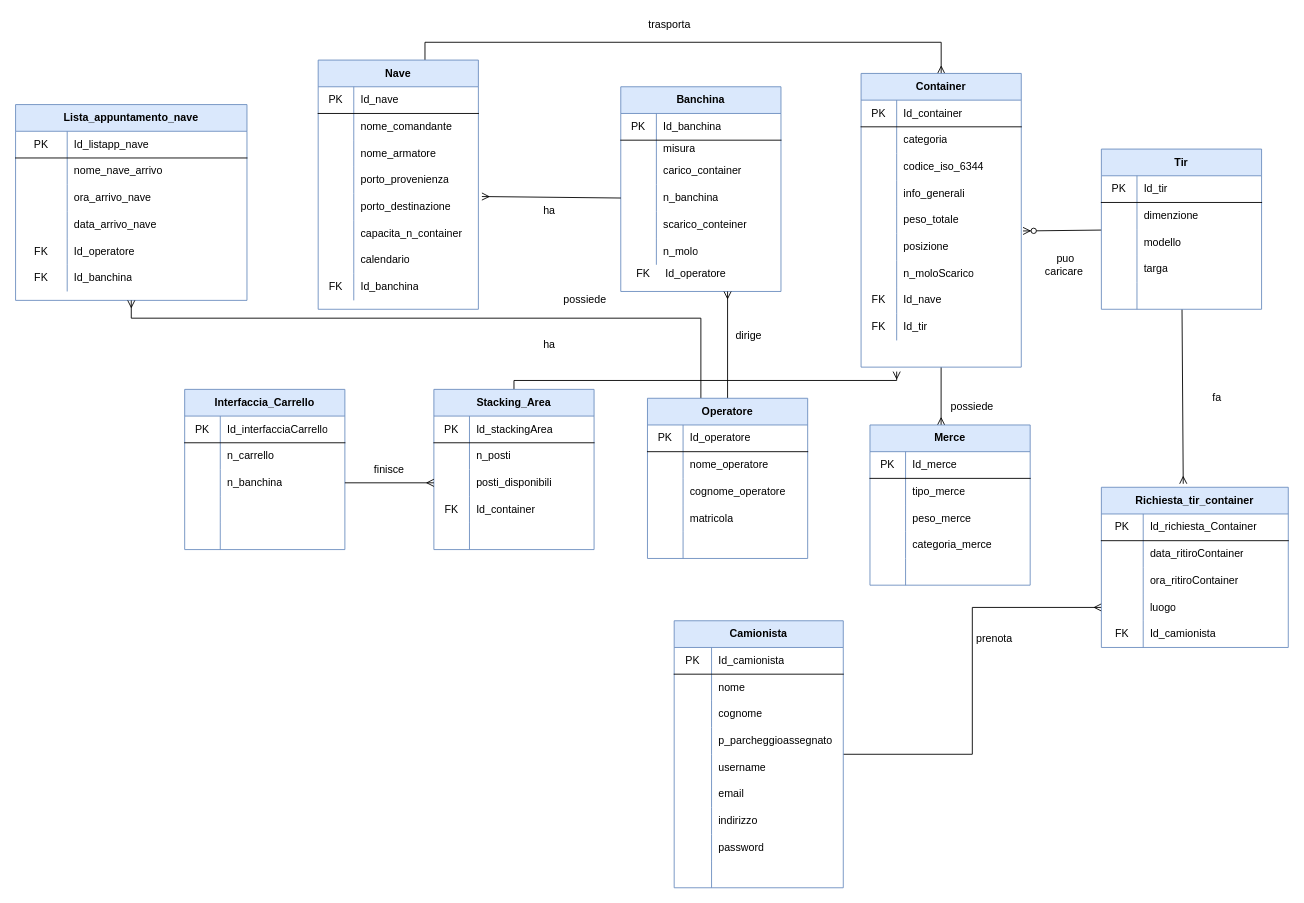
Earlier version of the draw.io diagram databases_finito.drawio (giuliacangani02/EsameGiulia2021). Source tidied: cells renumbered, new cells numbered last; positions are measured from the earlier drawing's top-left corner, leaving out a move shared by most shapes. Both pictures are drawn from the tidied source at 89%, with x=0, y=0 at pixel (15, 15).
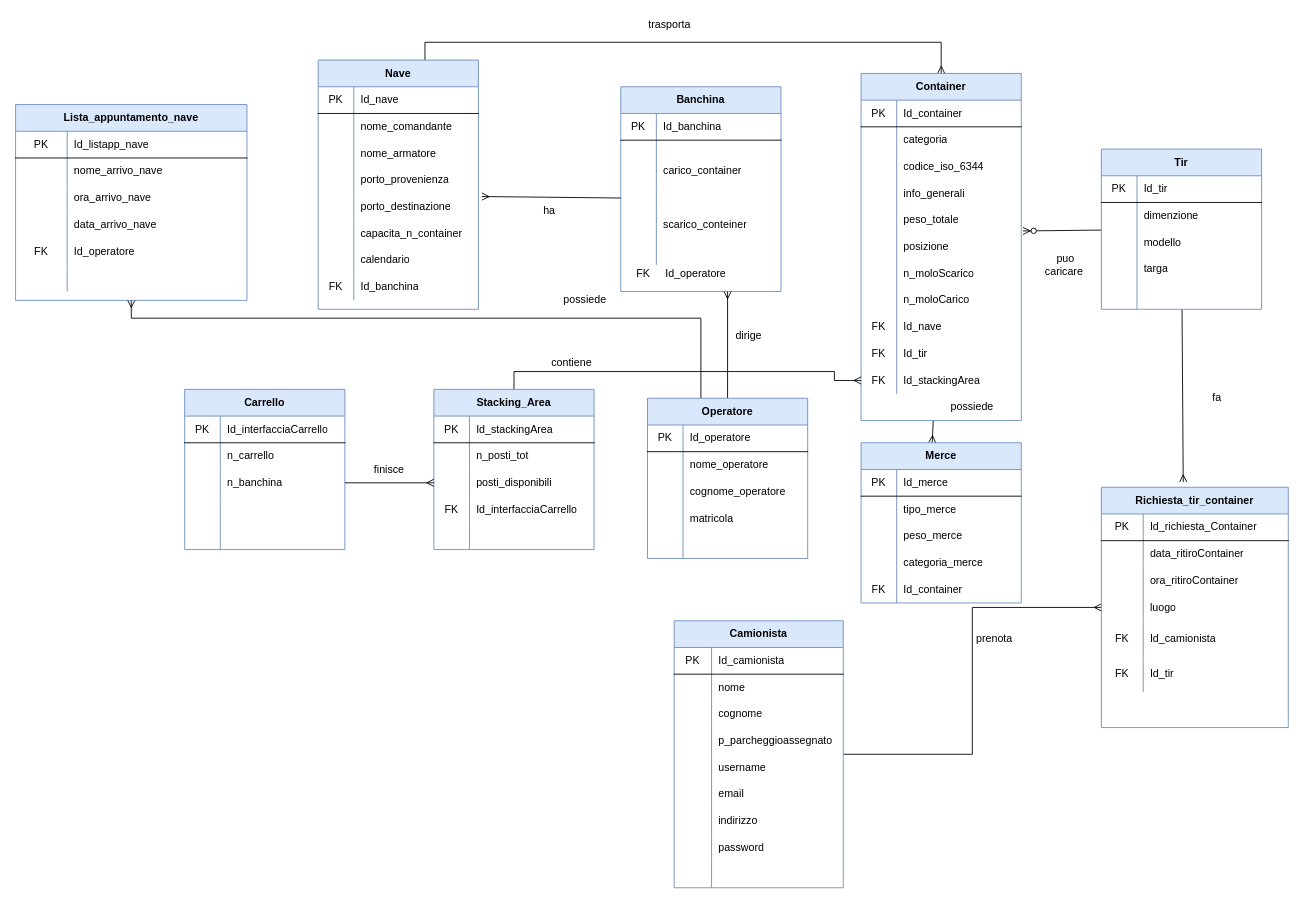
Above is the later version.

The change refers to these unchanged cells:
```xml
<mxCell id="32" style="shape=partialRectangle;html=1;whiteSpace=wrap;fillColor=none;top=0;left=0;bottom=0;right=0;" parent="28" vertex="1">
  <mxGeometry y="60" width="180" height="20" as="geometry" />
</mxCell>
<mxCell id="38" style="shape=partialRectangle;html=1;whiteSpace=wrap;fillColor=none;top=0;left=0;bottom=0;right=0;points=[[0,0.5],[1,0.5]];portConstraint=eastwest;" parent="28" vertex="1">
  <mxGeometry y="110" width="180" height="30" as="geometry" />
</mxCell>
<mxCell id="44" style="shape=partialRectangle;html=1;whiteSpace=wrap;fillColor=none;top=0;left=0;bottom=0;right=0;" parent="28" vertex="1">
  <mxGeometry y="170" width="180" height="30" as="geometry" />
</mxCell>
<mxCell id="89" style="shape=partialRectangle;html=1;whiteSpace=wrap;fillColor=none;top=0;left=0;bottom=0;right=0;" parent="76" vertex="1">
  <mxGeometry y="150" width="180" height="30" as="geometry" />
</mxCell>
<mxCell id="111" value="Stacking_Area" style="shape=table;html=1;whiteSpace=wrap;startSize=30;childLayout=tableLayout;rowLines=0;fontStyle=1;align=center;fillColor=#dae8fc;strokeColor=#6c8ebf;" parent="1" vertex="1">
  <mxGeometry x="470" y="420" width="180" height="180" as="geometry" />
</mxCell>
<mxCell id="115" style="shape=partialRectangle;html=1;whiteSpace=wrap;fillColor=none;top=0;left=0;bottom=0;right=0;" parent="111" vertex="1">
  <mxGeometry y="60" width="180" height="30" as="geometry" />
</mxCell>
<mxCell id="121" style="shape=partialRectangle;html=1;whiteSpace=wrap;fillColor=none;top=0;left=0;bottom=0;right=0;" parent="111" vertex="1">
  <mxGeometry y="120" width="180" height="30" as="geometry" />
</mxCell>
<mxCell id="180" style="shape=partialRectangle;html=1;whiteSpace=wrap;fillColor=none;top=0;left=0;bottom=0;right=0;" parent="176" vertex="1">
  <mxGeometry y="60" width="260" height="30" as="geometry" />
</mxCell>
<mxCell id="192" style="shape=partialRectangle;html=1;whiteSpace=wrap;fillColor=none;top=0;left=0;bottom=0;right=0;" parent="176" vertex="1">
  <mxGeometry y="180" width="260" height="30" as="geometry" />
</mxCell>
```

Change to the diagram source:
```diff
@@
-    <mxCell id="34" value="misura" style="shape=partialRectangle;html=1;whiteSpace=wrap;fillColor=none;top=0;left=0;bottom=0;right=0;align=left;spacingLeft=6;overflow=hidden;" parent="32" vertex="1">
+    <mxCell id="34" style="shape=partialRectangle;html=1;whiteSpace=wrap;fillColor=none;top=0;left=0;bottom=0;right=0;align=left;spacingLeft=6;overflow=hidden;" parent="32" vertex="1">
       <mxGeometry x="40" width="140" height="20" as="geometry" />
     </mxCell>
@@
-    <mxCell id="40" value="n_banchina" style="shape=partialRectangle;html=1;whiteSpace=wrap;fillColor=none;top=0;left=0;bottom=0;right=0;align=left;spacingLeft=6;overflow=hidden;" parent="38" vertex="1">
+    <mxCell id="40" style="shape=partialRectangle;html=1;whiteSpace=wrap;fillColor=none;top=0;left=0;bottom=0;right=0;align=left;spacingLeft=6;overflow=hidden;" parent="38" vertex="1">
       <mxGeometry x="40" width="140" height="30" as="geometry" />
     </mxCell>
@@
-    <mxCell id="46" value="n_molo" style="shape=partialRectangle;html=1;whiteSpace=wrap;fillColor=none;top=0;left=0;bottom=0;right=0;align=left;spacingLeft=6;overflow=hidden;" parent="44" vertex="1">
+    <mxCell id="46" style="shape=partialRectangle;html=1;whiteSpace=wrap;fillColor=none;top=0;left=0;bottom=0;right=0;align=left;spacingLeft=6;overflow=hidden;" parent="44" vertex="1">
       <mxGeometry x="40" width="140" height="30" as="geometry" />
     </mxCell>
@@
     <mxCell id="48" value="Container" style="shape=table;html=1;whiteSpace=wrap;startSize=30;childLayout=tableLayout;rowLines=0;fontStyle=1;align=center;fillColor=#dae8fc;strokeColor=#6c8ebf;" parent="1" vertex="1">
-      <mxGeometry x="950" y="65" width="180" height="330" as="geometry" />
+      <mxGeometry x="950" y="65" width="180" height="390" as="geometry" />
     </mxCell>
@@
+    <mxCell id="239" style="shape=partialRectangle;html=1;whiteSpace=wrap;fillColor=none;top=0;left=0;bottom=0;right=0;" parent="48" vertex="1">
+      <mxGeometry y="240" width="180" height="30" as="geometry" />
+    </mxCell>
+    <mxCell id="240" style="shape=partialRectangle;html=1;whiteSpace=wrap;fillColor=none;top=0;left=0;bottom=0;right=0;overflow=hidden;" parent="239" vertex="1">
+      <mxGeometry width="40" height="30" as="geometry" />
+    </mxCell>
+    <mxCell id="241" value="n_moloCarico" style="shape=partialRectangle;html=1;whiteSpace=wrap;fillColor=none;top=0;left=0;bottom=0;right=0;align=left;spacingLeft=6;overflow=hidden;" parent="239" vertex="1">
+      <mxGeometry x="40" width="140" height="30" as="geometry" />
+    </mxCell>
     <mxCell id="70" style="shape=partialRectangle;html=1;whiteSpace=wrap;fillColor=none;top=0;left=0;bottom=0;right=0;" parent="48" vertex="1">
-      <mxGeometry y="240" width="180" height="30" as="geometry" />
+      <mxGeometry y="270" width="180" height="30" as="geometry" />
     </mxCell>
@@
     <mxCell id="73" style="shape=partialRectangle;html=1;whiteSpace=wrap;fillColor=none;top=0;left=0;bottom=0;right=0;" parent="48" vertex="1">
-      <mxGeometry y="270" width="180" height="30" as="geometry" />
+      <mxGeometry y="300" width="180" height="30" as="geometry" />
     </mxCell>
@@
+    <mxCell id="242" style="shape=partialRectangle;html=1;whiteSpace=wrap;fillColor=none;top=0;left=0;bottom=0;right=0;" parent="48" vertex="1">
+      <mxGeometry y="330" width="180" height="30" as="geometry" />
+    </mxCell>
+    <mxCell id="243" value="FK" style="shape=partialRectangle;html=1;whiteSpace=wrap;fillColor=none;top=0;left=0;bottom=0;right=0;overflow=hidden;" parent="242" vertex="1">
+      <mxGeometry width="40" height="30" as="geometry" />
+    </mxCell>
+    <mxCell id="244" value="Id_stackingArea" style="shape=partialRectangle;html=1;whiteSpace=wrap;fillColor=none;top=0;left=0;bottom=0;right=0;align=left;spacingLeft=6;overflow=hidden;" parent="242" vertex="1">
+      <mxGeometry x="40" width="140" height="30" as="geometry" />
+    </mxCell>
     <mxCell id="76" value="Merce" style="shape=table;html=1;whiteSpace=wrap;startSize=30;childLayout=tableLayout;rowLines=0;fontStyle=1;align=center;fillColor=#dae8fc;strokeColor=#6c8ebf;" parent="1" vertex="1">
-      <mxGeometry x="960" y="460" width="180" height="180" as="geometry" />
+      <mxGeometry x="950" y="480" width="180" height="180" as="geometry" />
     </mxCell>
@@
-    <mxCell id="90" style="shape=partialRectangle;html=1;whiteSpace=wrap;fillColor=none;top=0;left=0;bottom=0;right=0;overflow=hidden;" parent="89" vertex="1">
+    <mxCell id="90" value="FK" style="shape=partialRectangle;html=1;whiteSpace=wrap;fillColor=none;top=0;left=0;bottom=0;right=0;overflow=hidden;" parent="89" vertex="1">
       <mxGeometry width="40" height="30" as="geometry" />
     </mxCell>
-    <mxCell id="91" style="shape=partialRectangle;html=1;whiteSpace=wrap;fillColor=none;top=0;left=0;bottom=0;right=0;align=left;spacingLeft=6;overflow=hidden;" parent="89" vertex="1">
+    <mxCell id="91" value="Id_container" style="shape=partialRectangle;html=1;whiteSpace=wrap;fillColor=none;top=0;left=0;bottom=0;right=0;align=left;spacingLeft=6;overflow=hidden;" parent="89" vertex="1">
       <mxGeometry x="40" width="140" height="30" as="geometry" />
     </mxCell>
@@
     <mxCell id="110" style="edgeStyle=orthogonalEdgeStyle;rounded=0;jettySize=auto;html=1;startArrow=none;startFill=0;endArrow=ERmany;endFill=0;" parent="1" edge="1" source="111">
       <mxGeometry relative="1" as="geometry">
-        <mxPoint x="990" y="400" as="targetPoint" />
+        <mxPoint x="950" y="410" as="targetPoint" />
         <Array as="points">
-          <mxPoint x="560" y="410" />
-          <mxPoint x="990" y="410" />
+          <mxPoint x="560" y="400" />
+          <mxPoint x="920" y="400" />
+          <mxPoint x="920" y="410" />
         </Array>
       </mxGeometry>
     </mxCell>
@@
-    <mxCell id="117" value="n_posti" style="shape=partialRectangle;html=1;whiteSpace=wrap;fillColor=none;top=0;left=0;bottom=0;right=0;align=left;spacingLeft=6;overflow=hidden;" parent="115" vertex="1">
+    <mxCell id="117" value="n_posti_tot" style="shape=partialRectangle;html=1;whiteSpace=wrap;fillColor=none;top=0;left=0;bottom=0;right=0;align=left;spacingLeft=6;overflow=hidden;" parent="115" vertex="1">
       <mxGeometry x="40" width="140" height="30" as="geometry" />
     </mxCell>
@@
-    <mxCell id="123" value="Id_container" style="shape=partialRectangle;html=1;whiteSpace=wrap;fillColor=none;top=0;left=0;bottom=0;right=0;align=left;spacingLeft=6;overflow=hidden;" parent="121" vertex="1">
+    <mxCell id="123" value="Id_interfacciaCarrello" style="shape=partialRectangle;html=1;whiteSpace=wrap;fillColor=none;top=0;left=0;bottom=0;right=0;align=left;spacingLeft=6;overflow=hidden;" parent="121" vertex="1">
       <mxGeometry x="40" width="140" height="30" as="geometry" />
     </mxCell>
@@
-    <mxCell id="127" value="Interfaccia_Carrello" style="shape=table;html=1;whiteSpace=wrap;startSize=30;childLayout=tableLayout;rowLines=0;fontStyle=1;align=center;fillColor=#dae8fc;strokeColor=#6c8ebf;" parent="1" vertex="1">
+    <mxCell id="127" value="Carrello" style="shape=table;html=1;whiteSpace=wrap;startSize=30;childLayout=tableLayout;rowLines=0;fontStyle=1;align=center;fillColor=#dae8fc;strokeColor=#6c8ebf;" parent="1" vertex="1">
       <mxGeometry x="190" y="420" width="180" height="180" as="geometry" />
     </mxCell>
@@
-    <mxCell id="182" value="nome_nave_arrivo" style="shape=partialRectangle;html=1;whiteSpace=wrap;fillColor=none;top=0;left=0;bottom=0;right=0;align=left;spacingLeft=6;overflow=hidden;" parent="180" vertex="1">
+    <mxCell id="182" value="nome_arrivo_nave" style="shape=partialRectangle;html=1;whiteSpace=wrap;fillColor=none;top=0;left=0;bottom=0;right=0;align=left;spacingLeft=6;overflow=hidden;" parent="180" vertex="1">
       <mxGeometry x="58" width="202" height="30" as="geometry" />
     </mxCell>
@@
-    <mxCell id="193" value="FK" style="shape=partialRectangle;html=1;whiteSpace=wrap;fillColor=none;top=0;left=0;bottom=0;right=0;overflow=hidden;" parent="192" vertex="1">
+    <mxCell id="193" style="shape=partialRectangle;html=1;whiteSpace=wrap;fillColor=none;top=0;left=0;bottom=0;right=0;overflow=hidden;" parent="192" vertex="1">
       <mxGeometry width="58" height="30" as="geometry" />
     </mxCell>
-    <mxCell id="194" value="Id_banchina" style="shape=partialRectangle;html=1;whiteSpace=wrap;fillColor=none;top=0;left=0;bottom=0;right=0;align=left;spacingLeft=6;overflow=hidden;" parent="192" vertex="1">
+    <mxCell id="194" style="shape=partialRectangle;html=1;whiteSpace=wrap;fillColor=none;top=0;left=0;bottom=0;right=0;align=left;spacingLeft=6;overflow=hidden;" parent="192" vertex="1">
       <mxGeometry x="58" width="202" height="30" as="geometry" />
     </mxCell>
@@
     <mxCell id="214" value="Richiesta_tir_container" style="shape=table;html=1;whiteSpace=wrap;startSize=30;childLayout=tableLayout;rowLines=0;fontStyle=1;align=center;fillColor=#dae8fc;strokeColor=#6c8ebf;" parent="1" vertex="1">
-      <mxGeometry x="1220" y="530" width="210" height="180" as="geometry" />
+      <mxGeometry x="1220" y="530" width="210" height="270" as="geometry" />
     </mxCell>
@@
     <mxCell id="227" style="shape=partialRectangle;html=1;whiteSpace=wrap;fillColor=none;top=0;left=0;bottom=0;right=0;" parent="214" vertex="1">
-      <mxGeometry y="150" width="210" height="30" as="geometry" />
+      <mxGeometry y="150" width="210" height="40" as="geometry" />
     </mxCell>
     <mxCell id="228" value="FK" style="shape=partialRectangle;html=1;whiteSpace=wrap;fillColor=none;top=0;left=0;bottom=0;right=0;overflow=hidden;" parent="227" vertex="1">
-      <mxGeometry width="47" height="30" as="geometry" />
+      <mxGeometry width="47" height="40" as="geometry" />
     </mxCell>
     <mxCell id="229" value="Id_camionista" style="shape=partialRectangle;html=1;whiteSpace=wrap;fillColor=none;top=0;left=0;bottom=0;right=0;align=left;spacingLeft=6;overflow=hidden;" parent="227" vertex="1">
-      <mxGeometry x="47" width="163" height="30" as="geometry" />
+      <mxGeometry x="47" width="163" height="40" as="geometry" />
     </mxCell>
+    <mxCell id="245" style="shape=partialRectangle;html=1;whiteSpace=wrap;fillColor=none;top=0;left=0;bottom=0;right=0;" parent="214" vertex="1">
+      <mxGeometry y="190" width="210" height="40" as="geometry" />
+    </mxCell>
+    <mxCell id="246" value="FK" style="shape=partialRectangle;html=1;whiteSpace=wrap;fillColor=none;top=0;left=0;bottom=0;right=0;overflow=hidden;" parent="245" vertex="1">
+      <mxGeometry width="47" height="40" as="geometry" />
+    </mxCell>
+    <mxCell id="247" value="Id_tir" style="shape=partialRectangle;html=1;whiteSpace=wrap;fillColor=none;top=0;left=0;bottom=0;right=0;align=left;spacingLeft=6;overflow=hidden;" parent="245" vertex="1">
+      <mxGeometry x="47" width="163" height="40" as="geometry" />
+    </mxCell>
@@
-    <mxCell id="233" value="ha" style="text;html=1;strokeColor=none;fillColor=none;align=center;verticalAlign=middle;whiteSpace=wrap;rounded=0;" parent="1" vertex="1">
-      <mxGeometry x="580" y="360" width="40" height="20" as="geometry" />
+    <mxCell id="233" value="contiene" style="text;html=1;strokeColor=none;fillColor=none;align=center;verticalAlign=middle;whiteSpace=wrap;rounded=0;" parent="1" vertex="1">
+      <mxGeometry x="600" y="380" width="50" height="20" as="geometry" />
     </mxCell>
```
